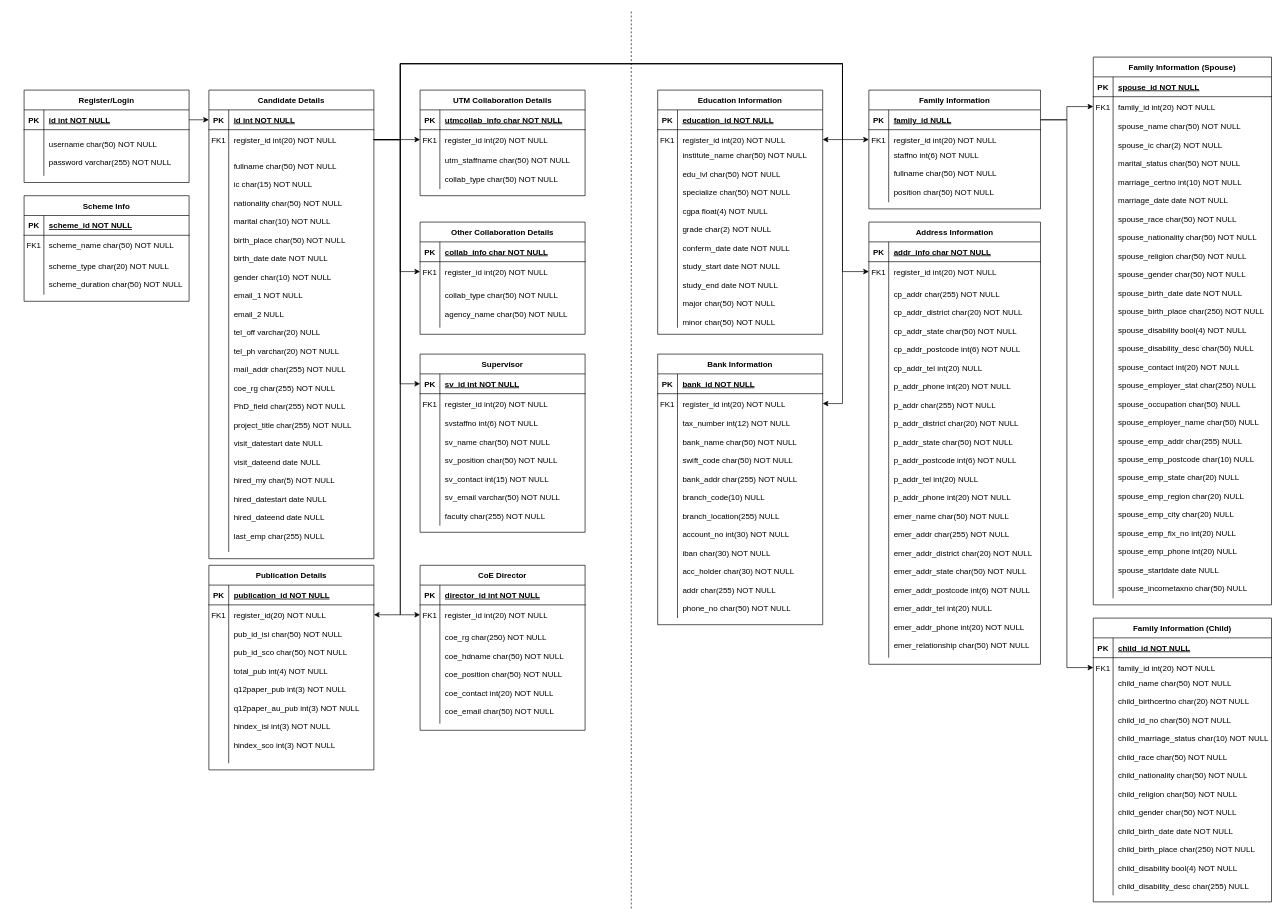
MohdSanusi/RF keeps this draw.io diagram as Untitled Diagram.drawio. Above is the earlier version. Source tidied: cells renumbered, new cells numbered last; positions are measured from the earlier drawing's top-left corner, leaving out a move shared by most shapes. Both pictures are drawn from the tidied source at 66%, with x=0, y=0 at pixel (24, 11).
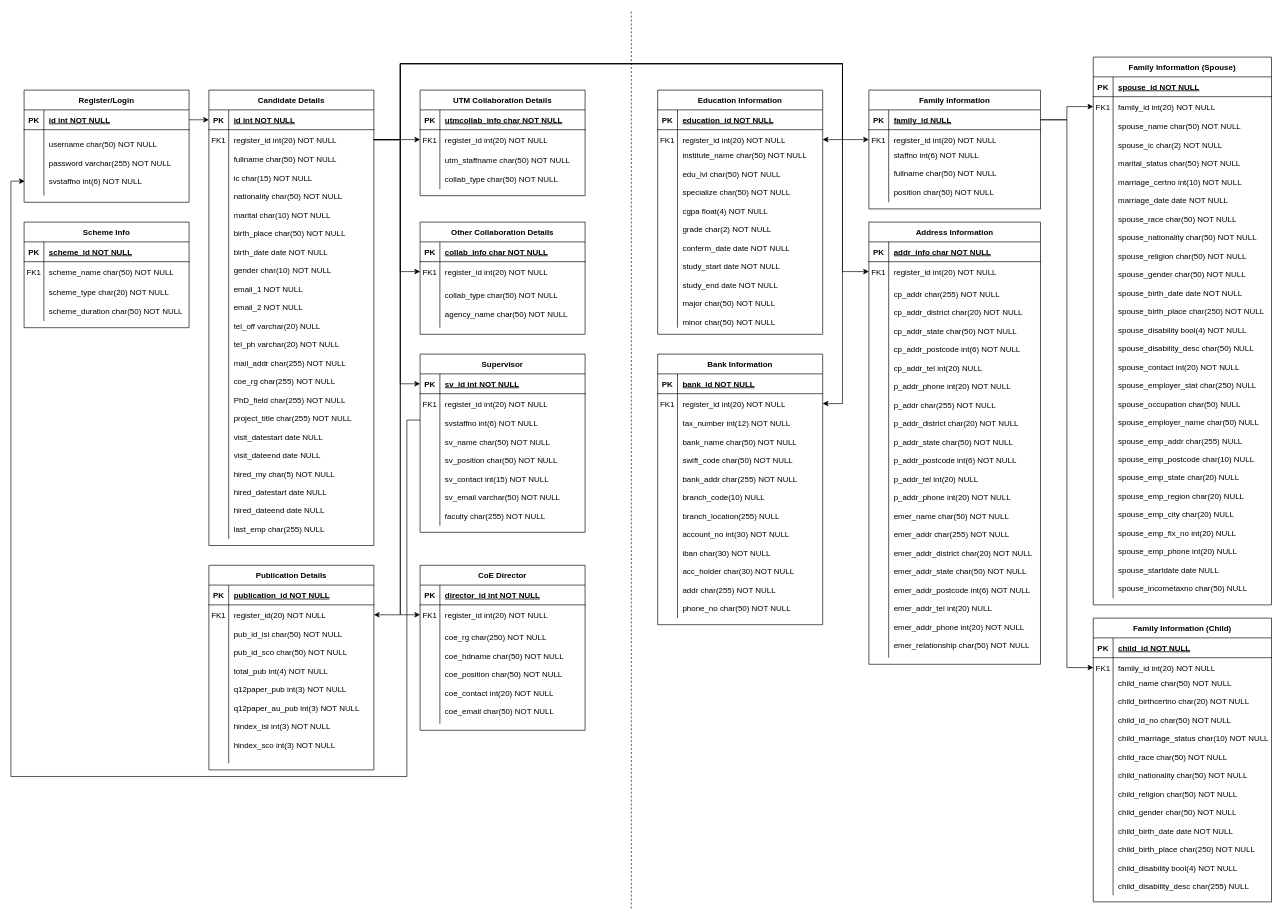
After the change.

The change refers to these unchanged cells:
```xml
<mxCell id="42" value="Supervisor" style="shape=table;startSize=30;childLayout=tableLayout;rowLines=0;fontStyle=1;align=center;" parent="1" vertex="1">
  <mxGeometry x="600" y="520" width="250" height="270" as="geometry" />
</mxCell>
```

The edit, as a diff of the source:
```diff
@@
     <mxCell id="2" value="Candidate Details" style="shape=table;startSize=30;childLayout=tableLayout;rowLines=0;fontStyle=1;align=center;" parent="1" vertex="1">
-      <mxGeometry x="280" y="120" width="250" height="710" as="geometry" />
+      <mxGeometry x="280" y="120" width="250" height="690" as="geometry" />
     </mxCell>
@@
     <mxCell id="9" style="shape=partialRectangle;fillColor=none;top=0;left=0;right=0;bottom=0;" parent="2" vertex="1">
-      <mxGeometry y="90" width="250" height="610" as="geometry" />
+      <mxGeometry y="90" width="250" height="590" as="geometry" />
     </mxCell>
     <mxCell id="10" style="shape=partialRectangle;overflow=hidden;fillColor=none;top=0;left=0;bottom=0;right=0;" parent="9" vertex="1">
-      <mxGeometry width="30" height="610" as="geometry" />
+      <mxGeometry width="30" height="590" as="geometry" />
     </mxCell>
-    <mxCell id="11" value="fullname char(50) NOT NULL&#10;&#10;ic char(15) NOT NULL&#10;&#10;nationality char(50) NOT NULL&#10;&#10;marital char(10) NOT NULL&#10;&#10;birth_place char(50) NOT NULL&#10;&#10;birth_date date NOT NULL&#10;&#10;gender char(10) NOT NULL&#10;&#10;email_1 NOT NULL&#10;&#10;email_2 NULL&#10;&#10;tel_off varchar(20) NULL&#10;&#10;tel_ph varchar(20) NOT NULL&#10;&#10;mail_addr char(255) NOT NULL&#10;&#10;coe_rg char(255) NOT NULL&#10;&#10;PhD_field char(255) NOT NULL&#10;&#10;project_title char(255) NOT NULL&#10;&#10;visit_datestart date NULL&#10;&#10;visit_dateend date NULL&#10;&#10;hired_my char(5) NOT NULL&#10;&#10;hired_datestart date NULL&#10;&#10;hired_dateend date NULL&#10;&#10;last_emp char(255) NULL" style="shape=partialRectangle;overflow=hidden;fillColor=none;top=0;left=0;bottom=0;right=0;align=left;spacingLeft=6;" parent="9" vertex="1">
-      <mxGeometry x="30" width="220" height="610" as="geometry" />
+    <mxCell id="11" value="fullname char(50) NOT NULL&#10;&#10;ic char(15) NOT NULL&#10;&#10;nationality char(50) NOT NULL&#10;&#10;marital char(10) NOT NULL&#10;&#10;birth_place char(50) NOT NULL&#10;&#10;birth_date date NOT NULL&#10;&#10;gender char(10) NOT NULL&#10;&#10;email_1 NOT NULL&#10;&#10;email_2 NOT NULL&#10;&#10;tel_off varchar(20) NULL&#10;&#10;tel_ph varchar(20) NOT NULL&#10;&#10;mail_addr char(255) NOT NULL&#10;&#10;coe_rg char(255) NOT NULL&#10;&#10;PhD_field char(255) NOT NULL&#10;&#10;project_title char(255) NOT NULL&#10;&#10;visit_datestart date NULL&#10;&#10;visit_dateend date NULL&#10;&#10;hired_my char(5) NOT NULL&#10;&#10;hired_datestart date NULL&#10;&#10;hired_dateend date NULL&#10;&#10;last_emp char(255) NULL" style="shape=partialRectangle;overflow=hidden;fillColor=none;top=0;left=0;bottom=0;right=0;align=left;spacingLeft=6;" parent="9" vertex="1">
+      <mxGeometry x="30" width="220" height="590" as="geometry" />
     </mxCell>
     <mxCell id="12" value="Register/Login" style="shape=table;startSize=30;childLayout=tableLayout;rowLines=0;fontStyle=1;align=center;" parent="1" vertex="1">
-      <mxGeometry y="120" width="250" height="140" as="geometry" />
+      <mxGeometry y="120" width="250" height="170" as="geometry" />
     </mxCell>
@@
     <mxCell id="16" style="shape=partialRectangle;fillColor=none;points=[[0,0.5],[1,0.5]];portConstraint=eastwest;top=0;left=0;right=0;bottom=0;" parent="12" vertex="1">
-      <mxGeometry y="60" width="250" height="70" as="geometry" />
+      <mxGeometry y="60" width="250" height="100" as="geometry" />
     </mxCell>
     <mxCell id="17" style="shape=partialRectangle;overflow=hidden;fillColor=none;top=0;left=0;bottom=0;right=0;" parent="16" vertex="1">
-      <mxGeometry width="30" height="70" as="geometry" />
+      <mxGeometry width="30" height="100" as="geometry" />
     </mxCell>
-    <mxCell id="18" value="username char(50) NOT NULL&#10;&#10;password varchar(255) NOT NULL" style="shape=partialRectangle;overflow=hidden;fillColor=none;top=0;left=0;bottom=0;right=0;align=left;spacingLeft=6;" parent="16" vertex="1">
-      <mxGeometry x="30" width="220" height="70" as="geometry" />
+    <mxCell id="18" value="username char(50) NOT NULL&#10;&#10;password varchar(255) NOT NULL&#10;&#10;svstaffno int(6) NOT NULL" style="shape=partialRectangle;overflow=hidden;fillColor=none;top=0;left=0;bottom=0;right=0;align=left;spacingLeft=6;" parent="16" vertex="1">
+      <mxGeometry x="30" width="220" height="100" as="geometry" />
     </mxCell>
@@
+    <mxCell id="153" style="edgeStyle=orthogonalEdgeStyle;rounded=0;jettySize=auto;html=1;entryX=0.004;entryY=0.78;entryDx=0;entryDy=0;entryPerimeter=0;" parent="1" edge="1" source="42" target="16">
+      <mxGeometry relative="1" as="geometry">
+        <Array as="points">
+          <mxPoint x="580" y="620" />
+          <mxPoint x="580" y="1160" />
+          <mxPoint x="-20" y="1160" />
+          <mxPoint x="-20" y="258" />
+        </Array>
+      </mxGeometry>
+    </mxCell>
@@
     <mxCell id="129" value="Scheme Info" style="shape=table;startSize=30;childLayout=tableLayout;rowLines=0;fontStyle=1;align=center;" parent="1" vertex="1">
-      <mxGeometry y="280" width="250" height="160" as="geometry" />
+      <mxGeometry y="320" width="250" height="160" as="geometry" />
     </mxCell>
```
